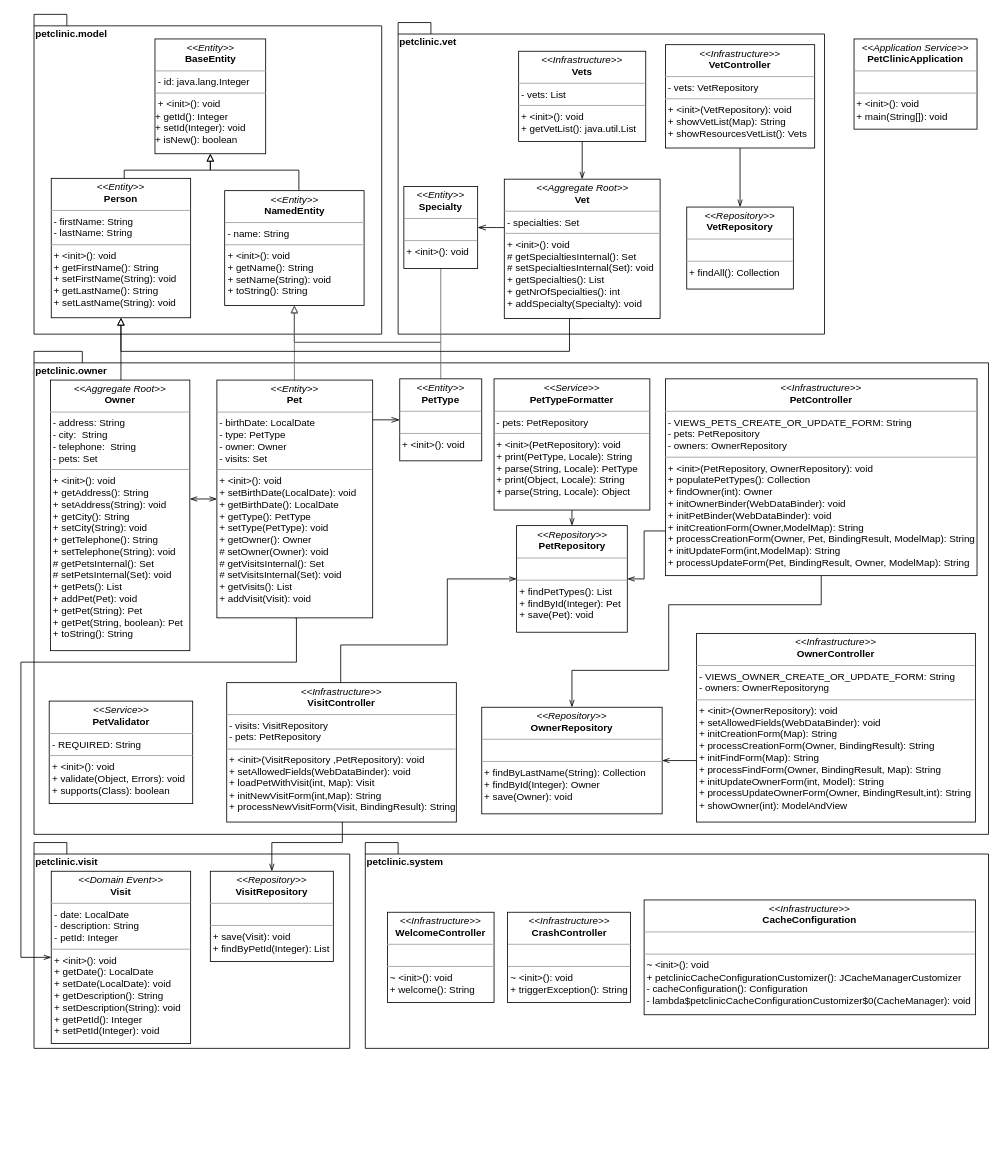
DanielKraft/bachelor-thesis keeps this draw.io diagram as page "old" (1 of 7) of gfx/example/petclinic/raw/uml-petclinic.drawio. Above is the earlier version. Source tidied: cells renumbered, new cells numbered last; positions are measured from the earlier drawing's top-left corner, leaving out a move shared by most shapes. Both pictures are drawn from the tidied source at 82%, with x=0, y=0 at pixel (20, 14).
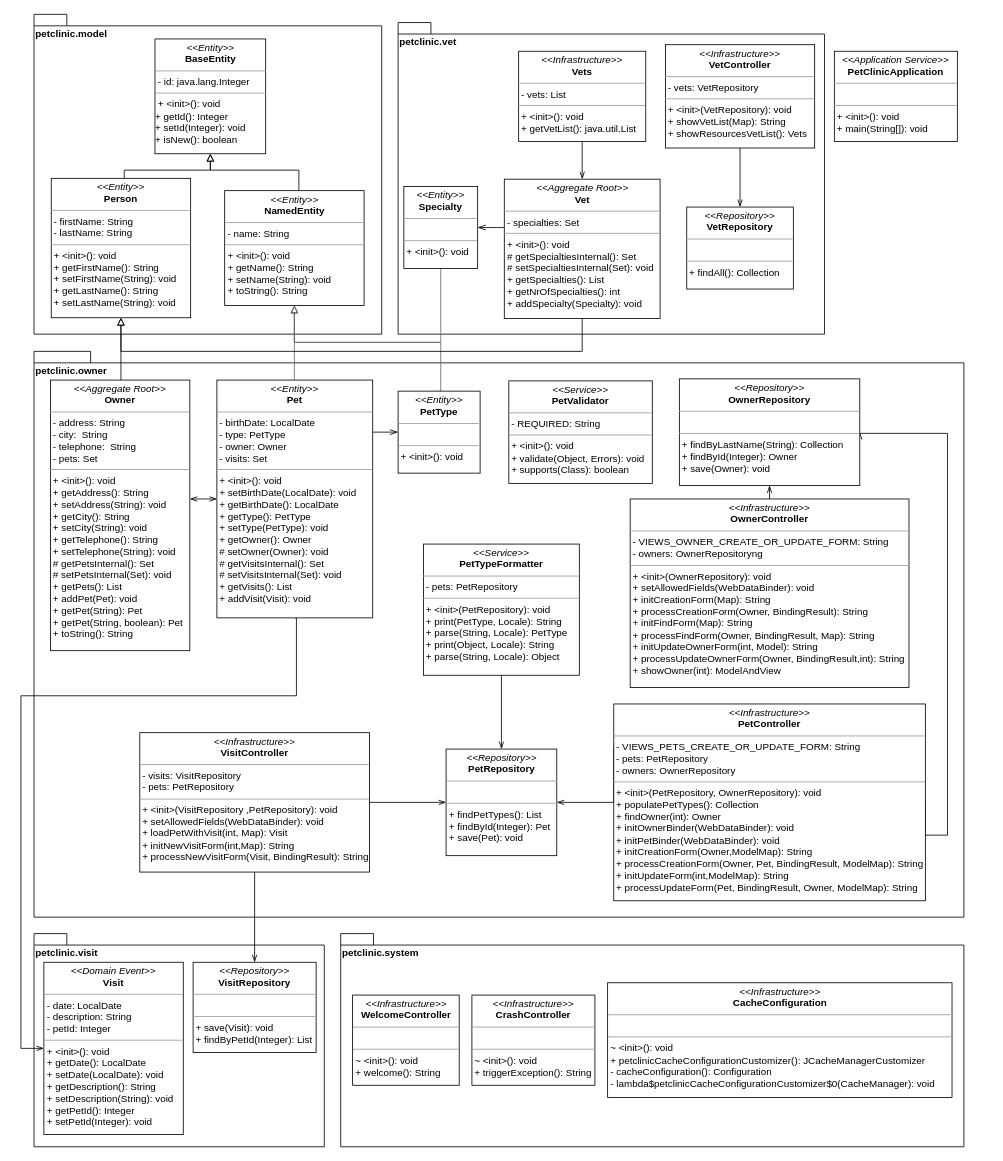
After the change.

Unchanged cells that the change refers to:
```xml
<mxCell id="20" value="&lt;p style=&quot;margin: 0px ; margin-top: 4px ; text-align: center&quot;&gt;&lt;i&gt;&amp;lt;&amp;lt;Entity&amp;gt;&amp;gt;&lt;/i&gt;&lt;br&gt;&lt;b&gt;Pet&lt;/b&gt;&lt;/p&gt;&lt;hr size=&quot;1&quot;&gt;&lt;div&gt;&amp;nbsp;- birthDate: LocalDate&lt;/div&gt;&lt;div&gt;&amp;nbsp;- type: PetType&lt;/div&gt;&lt;div&gt;&amp;nbsp;- owner: Owner&lt;/div&gt;&lt;div&gt;&amp;nbsp;- visits: Set&lt;/div&gt;&lt;hr size=&quot;1&quot;&gt;&lt;div&gt;&amp;nbsp;+ &amp;lt;init&amp;gt;(): void&lt;/div&gt;&lt;div&gt;&amp;nbsp;+ setBirthDate(LocalDate): void&lt;/div&gt;&lt;div&gt;&amp;nbsp;+ getBirthDate(): LocalDate&lt;/div&gt;&lt;div&gt;&amp;nbsp;+ getType(): PetType&lt;/div&gt;&lt;div&gt;&amp;nbsp;+ setType(PetType): void&lt;/div&gt;&lt;div&gt;&amp;nbsp;+ getOwner(): Owner&lt;/div&gt;&lt;div&gt;&amp;nbsp;# setOwner(Owner): void&lt;/div&gt;&lt;div&gt;&amp;nbsp;# getVisitsInternal(): Set&lt;/div&gt;&lt;div&gt;&amp;nbsp;# setVisitsInternal(Set): void&lt;/div&gt;&lt;div&gt;&amp;nbsp;+ getVisits(): List&lt;/div&gt;&lt;div&gt;&amp;nbsp;+ addVisit(Visit): void&lt;/div&gt;" style="verticalAlign=top;align=left;overflow=fill;fontSize=12;fontFamily=Helvetica;html=1;" parent="1" vertex="1">
  <mxGeometry x="239" y="446" width="190" height="290" as="geometry" />
</mxCell>
<mxCell id="36" value="&lt;p style=&quot;margin: 0px ; margin-top: 4px ; text-align: center&quot;&gt;&lt;i&gt;&amp;lt;&amp;lt;&lt;/i&gt;&lt;i&gt;&lt;i&gt;Aggregate Root&lt;/i&gt;&amp;gt;&amp;gt;&lt;/i&gt;&lt;br&gt;&lt;b&gt;Vet&lt;/b&gt;&lt;/p&gt;&lt;hr size=&quot;1&quot;&gt;&lt;div&gt;&amp;nbsp;- specialties: Set&lt;/div&gt;&lt;hr size=&quot;1&quot;&gt;&lt;div&gt;&amp;nbsp;+ &amp;lt;init&amp;gt;(): void&lt;/div&gt;&lt;div&gt;&amp;nbsp;# getSpecialtiesInternal(): Set&lt;/div&gt;&lt;div&gt;&amp;nbsp;# setSpecialtiesInternal(Set): void&lt;/div&gt;&lt;div&gt;&amp;nbsp;+ getSpecialties(): List&lt;/div&gt;&lt;div&gt;&amp;nbsp;+ getNrOfSpecialties(): int&lt;/div&gt;&lt;div&gt;&amp;nbsp;+ addSpecialty(Specialty): void&lt;/div&gt;" style="verticalAlign=top;align=left;overflow=fill;fontSize=12;fontFamily=Helvetica;html=1;" parent="1" vertex="1">
  <mxGeometry x="589.5" y="201" width="190" height="170" as="geometry" />
</mxCell>
<mxCell id="45" value="&lt;p style=&quot;margin: 0px ; margin-top: 4px ; text-align: center&quot;&gt;&lt;i&gt;&amp;lt;&amp;lt;Entity&amp;gt;&amp;gt;&lt;/i&gt;&lt;br&gt;&lt;b&gt;Person&lt;/b&gt;&lt;/p&gt;&lt;hr size=&quot;1&quot;&gt;&lt;div&gt;&amp;nbsp;- firstName: String&lt;/div&gt;&lt;div&gt;&amp;nbsp;- lastName: String&lt;/div&gt;&lt;hr size=&quot;1&quot;&gt;&lt;div&gt;&amp;nbsp;+ &amp;lt;init&amp;gt;(): void&lt;/div&gt;&lt;div&gt;&amp;nbsp;+ getFirstName(): String&lt;/div&gt;&lt;div&gt;&amp;nbsp;+ setFirstName(String): void&lt;/div&gt;&lt;div&gt;&amp;nbsp;+ getLastName(): String&lt;/div&gt;&lt;div&gt;&amp;nbsp;+ setLastName(String): void&lt;/div&gt;" style="verticalAlign=top;align=left;overflow=fill;fontSize=12;fontFamily=Helvetica;html=1;" parent="1" vertex="1">
  <mxGeometry x="37" y="200" width="170" height="170" as="geometry" />
</mxCell>
```

Diff of the diagram source:
```diff
@@
     <mxCell id="3" value="&lt;div align=&quot;left&quot;&gt;petclinic.owner&lt;/div&gt;" style="shape=folder;fontStyle=1;spacingTop=10;tabWidth=40;tabHeight=14;tabPosition=left;html=1;align=left;horizontal=1;verticalAlign=top;" parent="1" vertex="1">
-      <mxGeometry x="16" y="411" width="1164" height="589" as="geometry" />
+      <mxGeometry x="16" y="411" width="1134" height="690" as="geometry" />
     </mxCell>
@@
     <mxCell id="5" value="&lt;div align=&quot;left&quot;&gt;petclinic.visit&lt;/div&gt;" style="shape=folder;fontStyle=1;spacingTop=10;tabWidth=40;tabHeight=14;tabPosition=left;html=1;align=left;horizontal=1;verticalAlign=top;" parent="1" vertex="1">
-      <mxGeometry x="16" y="1010" width="385" height="251" as="geometry" />
+      <mxGeometry x="16" y="1121" width="354" height="260" as="geometry" />
     </mxCell>
     <mxCell id="6" value="&lt;p style=&quot;margin: 0px ; margin-top: 4px ; text-align: center&quot;&gt;&lt;i&gt;&amp;lt;&amp;lt;Domain Event&amp;gt;&amp;gt;&lt;/i&gt;&lt;br&gt;&lt;b&gt;Visit&lt;/b&gt;&lt;/p&gt;&lt;hr size=&quot;1&quot;&gt;&lt;p style=&quot;margin: 0px ; margin-left: 4px&quot;&gt;- date: LocalDate&lt;/p&gt;&lt;p style=&quot;margin: 0px ; margin-left: 4px&quot;&gt;- description: String&lt;/p&gt;&lt;p style=&quot;margin: 0px ; margin-left: 4px&quot;&gt;- petId: Integer&lt;/p&gt;&lt;hr size=&quot;1&quot;&gt;&lt;p style=&quot;margin: 0px ; margin-left: 4px&quot;&gt;+ &amp;lt;init&amp;gt;(): void&lt;/p&gt;&lt;p style=&quot;margin: 0px ; margin-left: 4px&quot;&gt;+ getDate(): LocalDate&lt;/p&gt;&lt;p style=&quot;margin: 0px ; margin-left: 4px&quot;&gt;+ setDate(LocalDate): void&lt;/p&gt;&lt;p style=&quot;margin: 0px ; margin-left: 4px&quot;&gt;+ getDescription(): String&lt;/p&gt;&lt;p style=&quot;margin: 0px ; margin-left: 4px&quot;&gt;+ setDescription(String): void&lt;/p&gt;&lt;p style=&quot;margin: 0px ; margin-left: 4px&quot;&gt;+ getPetId(): Integer&lt;/p&gt;&lt;p style=&quot;margin: 0px ; margin-left: 4px&quot;&gt;+ setPetId(Integer): void&lt;/p&gt;" style="verticalAlign=top;align=left;overflow=fill;fontSize=12;fontFamily=Helvetica;html=1;" parent="1" vertex="1">
-      <mxGeometry x="37" y="1045" width="170" height="210" as="geometry" />
+      <mxGeometry x="28" y="1156" width="170" height="210" as="geometry" />
     </mxCell>
     <mxCell id="7" value="&lt;div align=&quot;left&quot;&gt;petclinic.system&lt;/div&gt;" style="shape=folder;fontStyle=1;spacingTop=10;tabWidth=40;tabHeight=14;tabPosition=left;html=1;align=left;horizontal=1;verticalAlign=top;" parent="1" vertex="1">
-      <mxGeometry x="420" y="1010" width="760" height="251" as="geometry" />
+      <mxGeometry x="390" y="1121" width="760" height="260" as="geometry" />
     </mxCell>
     <mxCell id="8" value="&lt;p style=&quot;margin: 0px ; margin-top: 4px ; text-align: center&quot;&gt;&lt;i&gt;&amp;lt;&amp;lt;Infrastructure&amp;gt;&amp;gt;&lt;/i&gt;&lt;br&gt;&lt;b&gt;CrashController&lt;/b&gt;&lt;/p&gt;&lt;hr size=&quot;1&quot;&gt;&lt;br&gt;&lt;hr size=&quot;1&quot;&gt;&lt;div&gt;&amp;nbsp;~ &amp;lt;init&amp;gt;(): void&lt;/div&gt;&lt;div&gt;&amp;nbsp;+ triggerException(): String&lt;br&gt;&lt;/div&gt;" style="verticalAlign=top;align=left;overflow=fill;fontSize=12;fontFamily=Helvetica;html=1;" parent="1" vertex="1">
-      <mxGeometry x="593.5" y="1095" width="150" height="110" as="geometry" />
+      <mxGeometry x="550" y="1196" width="150" height="110" as="geometry" />
     </mxCell>
     <mxCell id="9" value="&lt;p style=&quot;margin: 0px ; margin-top: 4px ; text-align: center&quot;&gt;&lt;i&gt;&amp;lt;&amp;lt;&lt;/i&gt;&lt;i&gt;&lt;i&gt;Infrastructure&lt;/i&gt;&amp;gt;&amp;gt;&lt;/i&gt;&lt;br&gt;&lt;b&gt;WelcomeController&lt;/b&gt;&lt;/p&gt;&lt;hr size=&quot;1&quot;&gt;&lt;br&gt;&lt;hr size=&quot;1&quot;&gt;&lt;div&gt;&amp;nbsp;~ &amp;lt;init&amp;gt;(): void&lt;/div&gt;&lt;div&gt;&amp;nbsp;+ welcome(): String&lt;/div&gt;" style="verticalAlign=top;align=left;overflow=fill;fontSize=12;fontFamily=Helvetica;html=1;" parent="1" vertex="1">
-      <mxGeometry x="447" y="1095" width="130" height="110" as="geometry" />
+      <mxGeometry x="404.5" y="1196" width="130" height="110" as="geometry" />
     </mxCell>
     <mxCell id="10" value="&lt;p style=&quot;margin: 0px ; margin-top: 4px ; text-align: center&quot;&gt;&lt;i&gt;&amp;lt;&amp;lt;&lt;/i&gt;&lt;i&gt;&lt;i&gt;Infrastructure&lt;/i&gt;&amp;gt;&amp;gt;&lt;/i&gt;&lt;br&gt;&lt;b&gt;CacheConfiguration&lt;/b&gt;&lt;/p&gt;&lt;hr size=&quot;1&quot;&gt;&lt;br&gt;&lt;hr size=&quot;1&quot;&gt;&lt;div&gt;&amp;nbsp;~ &amp;lt;init&amp;gt;(): void&lt;/div&gt;&lt;div&gt;&amp;nbsp;+ petclinicCacheConfigurationCustomizer(): JCacheManagerCustomizer&lt;/div&gt;&lt;div&gt;&amp;nbsp;- cacheConfiguration(): Configuration&lt;/div&gt;&lt;div&gt;&amp;nbsp;- lambda$petclinicCacheConfigurationCustomizer$0(CacheManager): void&lt;/div&gt;" style="verticalAlign=top;align=left;overflow=fill;fontSize=12;fontFamily=Helvetica;html=1;" parent="1" vertex="1">
-      <mxGeometry x="760" y="1080" width="404" height="140" as="geometry" />
+      <mxGeometry x="715.5" y="1181" width="420" height="140" as="geometry" />
     </mxCell>
     <mxCell id="11" value="&lt;p style=&quot;margin: 0px ; margin-top: 4px ; text-align: center&quot;&gt;&lt;i&gt;&amp;lt;&amp;lt;Application Service&amp;gt;&amp;gt;&lt;/i&gt;&lt;br&gt;&lt;b&gt;PetClinicApplication&lt;/b&gt;&lt;/p&gt;&lt;hr size=&quot;1&quot;&gt;&lt;br&gt;&lt;hr size=&quot;1&quot;&gt;&lt;div&gt;&amp;nbsp;+ &amp;lt;init&amp;gt;(): void&lt;/div&gt;&lt;div&gt;&amp;nbsp;+ main(String[]): void&lt;/div&gt;" style="verticalAlign=top;align=left;overflow=fill;fontSize=12;fontFamily=Helvetica;html=1;" parent="1" vertex="1">
-      <mxGeometry x="1016" y="30" width="150" height="110" as="geometry" />
+      <mxGeometry x="992" y="45" width="150" height="110" as="geometry" />
     </mxCell>
     <mxCell id="12" style="edgeStyle=orthogonalEdgeStyle;rounded=0;jettySize=auto;html=1;endArrow=openThin;endFill=0;endSize=7;startSize=7;exitX=0.5;exitY=1;exitDx=0;exitDy=0;entryX=0.5;entryY=0;entryDx=0;entryDy=0;" parent="1" edge="1" source="14" target="49">
       <mxGeometry relative="1" as="geometry">
         <Array as="points">
-          <mxPoint x="392" y="985" />
-          <mxPoint x="392" y="1010" />
-          <mxPoint x="306" y="1010" />
+          <mxPoint x="285" y="1046" />
         </Array>
       </mxGeometry>
     </mxCell>
-    <mxCell id="13" style="edgeStyle=orthogonalEdgeStyle;rounded=0;jettySize=auto;html=1;entryX=0;entryY=0.5;entryDx=0;entryDy=0;startArrow=none;startFill=0;startSize=7;endArrow=openThin;endFill=0;endSize=7;exitX=0.5;exitY=0;exitDx=0;exitDy=0;" parent="1" edge="1" source="14" target="26">
-      <mxGeometry relative="1" as="geometry">
-        <Array as="points">
-          <mxPoint x="390" y="769" />
-          <mxPoint x="520" y="769" />
-          <mxPoint x="520" y="689" />
-        </Array>
-      </mxGeometry>
+    <mxCell id="13" style="edgeStyle=orthogonalEdgeStyle;rounded=0;jettySize=auto;html=1;entryX=0;entryY=0.5;entryDx=0;entryDy=0;startArrow=none;startFill=0;startSize=7;endArrow=openThin;endFill=0;endSize=7;exitX=1;exitY=0.5;exitDx=0;exitDy=0;" parent="1" edge="1" source="14" target="26">
+      <mxGeometry relative="1" as="geometry" />
     </mxCell>
     <mxCell id="14" value="&lt;p style=&quot;margin: 0px ; margin-top: 4px ; text-align: center&quot;&gt;&lt;i&gt;&amp;lt;&amp;lt;Infrastructure&amp;gt;&amp;gt;&lt;/i&gt;&lt;br&gt;&lt;b&gt;VisitController&lt;/b&gt;&lt;/p&gt;&lt;hr size=&quot;1&quot;&gt;&lt;div&gt;&amp;nbsp;- visits: VisitRepository&lt;/div&gt;&lt;div&gt;&amp;nbsp;- pets: PetRepository&lt;/div&gt;&lt;hr size=&quot;1&quot;&gt;&lt;div&gt;&amp;nbsp;+ &amp;lt;init&amp;gt;(VisitRepository ,PetRepository): void&lt;/div&gt;&lt;div&gt;&amp;nbsp;+ setAllowedFields(WebDataBinder): void&lt;/div&gt;&lt;div&gt;&amp;nbsp;+ loadPetWithVisit(int, Map): Visit&lt;/div&gt;&lt;div&gt;&amp;nbsp;+ initNewVisitForm(int,Map): String&lt;/div&gt;&lt;div&gt;&amp;nbsp;+ processNewVisitForm(Visit, BindingResult): String&lt;/div&gt;" style="verticalAlign=top;align=left;overflow=fill;fontSize=12;fontFamily=Helvetica;html=1;" parent="1" vertex="1">
-      <mxGeometry x="251" y="815" width="280" height="170" as="geometry" />
+      <mxGeometry x="145" y="876" width="280" height="170" as="geometry" />
     </mxCell>
-    <mxCell id="15" style="edgeStyle=orthogonalEdgeStyle;rounded=0;jettySize=auto;html=1;entryX=1;entryY=0.5;entryDx=0;entryDy=0;startSize=7;endArrow=openThin;endFill=0;endSize=7;" parent="1" edge="1" source="16" target="33">
+    <mxCell id="15" style="edgeStyle=orthogonalEdgeStyle;rounded=0;jettySize=auto;html=1;entryX=0.5;entryY=1;entryDx=0;entryDy=0;startSize=7;endArrow=openThin;endFill=0;endSize=7;exitX=0.5;exitY=0;exitDx=0;exitDy=0;" parent="1" edge="1" source="16" target="33">
       <mxGeometry relative="1" as="geometry">
         <Array as="points">
-          <mxPoint x="790" y="910" />
-          <mxPoint x="790" y="910" />
+          <mxPoint x="913" y="601" />
+          <mxPoint x="913" y="601" />
         </Array>
       </mxGeometry>
     </mxCell>
     <mxCell id="16" value="&lt;p style=&quot;margin: 0px ; margin-top: 4px ; text-align: center&quot;&gt;&lt;i&gt;&amp;lt;&amp;lt;Infrastructure&amp;gt;&amp;gt;&lt;/i&gt;&lt;br&gt;&lt;b&gt;OwnerController&lt;/b&gt;&lt;/p&gt;&lt;hr size=&quot;1&quot;&gt;&lt;div&gt;&amp;nbsp;- VIEWS_OWNER_CREATE_OR_UPDATE_FORM: String&lt;/div&gt;&lt;div&gt;&amp;nbsp;- owners: OwnerRepositoryng&lt;/div&gt;&lt;hr size=&quot;1&quot;&gt;&lt;div&gt;&amp;nbsp;+ &amp;lt;init&amp;gt;(OwnerRepository): void&lt;/div&gt;&lt;div&gt;&amp;nbsp;+ setAllowedFields(WebDataBinder): void&lt;/div&gt;&lt;div&gt;&amp;nbsp;+ initCreationForm(Map): String&lt;/div&gt;&lt;div&gt;&amp;nbsp;+ processCreationForm(Owner, BindingResult): String&lt;/div&gt;&lt;div&gt;&amp;nbsp;+ initFindForm(Map): String&lt;/div&gt;&lt;div&gt;&amp;nbsp;+ processFindForm(Owner, BindingResult, Map): String&lt;/div&gt;&lt;div&gt;&amp;nbsp;+ initUpdateOwnerForm(int, Model): String&lt;/div&gt;&lt;div&gt;&amp;nbsp;+ processUpdateOwnerForm(Owner, BindingResult,int): String&lt;/div&gt;&lt;div&gt;&amp;nbsp;+ showOwner(int): ModelAndView&lt;/div&gt;" style="verticalAlign=top;align=left;overflow=fill;fontSize=12;fontFamily=Helvetica;html=1;" parent="1" vertex="1">
-      <mxGeometry x="824" y="755" width="340" height="230" as="geometry" />
+      <mxGeometry x="743" y="591" width="340" height="230" as="geometry" />
     </mxCell>
     <mxCell id="17" style="edgeStyle=orthogonalEdgeStyle;rounded=0;jettySize=auto;html=1;exitX=0.5;exitY=1;exitDx=0;exitDy=0;endArrow=openThin;endFill=0;endSize=7;startSize=7;entryX=0;entryY=0.5;entryDx=0;entryDy=0;" parent="1" edge="1" source="20" target="6">
       <mxGeometry relative="1" as="geometry">
         <Array as="points">
-          <mxPoint x="336" y="790" />
-          <mxPoint y="790" />
-          <mxPoint y="1150" />
+          <mxPoint x="336" y="736" />
+          <mxPoint x="336" y="831" />
+          <mxPoint y="831" />
+          <mxPoint y="1261" />
         </Array>
       </mxGeometry>
     </mxCell>
@@
     <mxCell id="19" style="edgeStyle=orthogonalEdgeStyle;rounded=0;jettySize=auto;html=1;entryX=0;entryY=0.5;entryDx=0;entryDy=0;startSize=8;endArrow=openThin;endFill=0;endSize=8;" parent="1" edge="1" source="20" target="28">
       <mxGeometry relative="1" as="geometry">
         <Array as="points">
-          <mxPoint x="449" y="495" />
+          <mxPoint x="449" y="510" />
         </Array>
       </mxGeometry>
     </mxCell>
@@
     <mxCell id="25" value="&lt;p style=&quot;margin: 0px ; margin-top: 4px ; text-align: center&quot;&gt;&lt;i&gt;&amp;lt;&amp;lt;Service&amp;gt;&amp;gt;&lt;/i&gt;&lt;br&gt;&lt;b&gt;PetTypeFormatter&lt;/b&gt;&lt;/p&gt;&lt;hr size=&quot;1&quot;&gt;&lt;div&gt;&amp;nbsp;- pets: PetRepository&lt;/div&gt;&lt;hr size=&quot;1&quot;&gt;&lt;div&gt;&amp;nbsp;+ &amp;lt;init&amp;gt;(PetRepository): void&lt;/div&gt;&lt;div&gt;&amp;nbsp;+ print(PetType, Locale): String&lt;/div&gt;&lt;div&gt;&amp;nbsp;+ parse(String, Locale): PetType&lt;/div&gt;&lt;div&gt;&amp;nbsp;+ print(Object, Locale): String&lt;/div&gt;&lt;div&gt;&amp;nbsp;+ parse(String, Locale): Object&lt;/div&gt;" style="verticalAlign=top;align=left;overflow=fill;fontSize=12;fontFamily=Helvetica;html=1;" parent="1" vertex="1">
-      <mxGeometry x="577" y="444.5" width="190" height="160" as="geometry" />
+      <mxGeometry x="491" y="646" width="190" height="160" as="geometry" />
     </mxCell>
     <mxCell id="26" value="&lt;p style=&quot;margin: 0px ; margin-top: 4px ; text-align: center&quot;&gt;&lt;i&gt;&amp;lt;&amp;lt;Repository&amp;gt;&amp;gt;&lt;/i&gt;&lt;br&gt;&lt;b&gt;PetRepository&lt;/b&gt;&lt;/p&gt;&lt;hr size=&quot;1&quot;&gt;&lt;div&gt;&lt;br&gt;&lt;/div&gt;&lt;hr size=&quot;1&quot;&gt;&lt;div&gt;&amp;nbsp;+ findPetTypes(): List&lt;/div&gt;&lt;div&gt;&amp;nbsp;+ findById(Integer): Pet&lt;/div&gt;&lt;div&gt;&amp;nbsp;+ save(Pet): void&lt;/div&gt;" style="verticalAlign=top;align=left;overflow=fill;fontSize=12;fontFamily=Helvetica;html=1;" parent="1" vertex="1">
-      <mxGeometry x="604.5" y="623.5" width="135" height="130" as="geometry" />
+      <mxGeometry x="518.5" y="896" width="135" height="130" as="geometry" />
     </mxCell>
@@
     <mxCell id="28" value="&lt;p style=&quot;margin: 0px ; margin-top: 4px ; text-align: center&quot;&gt;&lt;i&gt;&amp;lt;&amp;lt;Entity&amp;gt;&amp;gt;&lt;/i&gt;&lt;br&gt;&lt;b&gt;PetType&lt;/b&gt;&lt;/p&gt;&lt;hr size=&quot;1&quot;&gt;&lt;div&gt;&amp;nbsp;&lt;/div&gt;&lt;hr size=&quot;1&quot;&gt;&lt;div&gt;&amp;nbsp;+ &amp;lt;init&amp;gt;(): void&lt;/div&gt;" style="verticalAlign=top;align=left;overflow=fill;fontSize=12;fontFamily=Helvetica;html=1;" parent="1" vertex="1">
-      <mxGeometry x="462" y="444.5" width="100" height="100" as="geometry" />
+      <mxGeometry x="460" y="459.5" width="100" height="100" as="geometry" />
     </mxCell>
-    <mxCell id="29" style="edgeStyle=orthogonalEdgeStyle;rounded=0;jettySize=auto;html=1;endArrow=openThin;endFill=0;endSize=7;startSize=7;entryX=1;entryY=0.5;entryDx=0;entryDy=0;exitX=0;exitY=0.773;exitDx=0;exitDy=0;exitPerimeter=0;" parent="1" edge="1" source="31" target="26">
+    <mxCell id="29" style="edgeStyle=orthogonalEdgeStyle;rounded=0;jettySize=auto;html=1;endArrow=openThin;endFill=0;endSize=7;startSize=7;exitX=0.5;exitY=0;exitDx=0;exitDy=0;entryX=1;entryY=0.5;entryDx=0;entryDy=0;" parent="1" edge="1" source="31" target="26">
       <mxGeometry relative="1" as="geometry">
         <Array as="points">
-          <mxPoint x="760" y="630" />
-          <mxPoint x="760" y="689" />
+          <mxPoint x="723" y="893" />
         </Array>
       </mxGeometry>
     </mxCell>
-    <mxCell id="30" style="edgeStyle=orthogonalEdgeStyle;rounded=0;jettySize=auto;html=1;entryX=0.5;entryY=0;entryDx=0;entryDy=0;startSize=7;endSize=7;endArrow=openThin;endFill=0;exitX=0.5;exitY=1;exitDx=0;exitDy=0;" parent="1" edge="1" source="31" target="33">
+    <mxCell id="30" style="edgeStyle=orthogonalEdgeStyle;rounded=0;jettySize=auto;html=1;entryX=1;entryY=0.5;entryDx=0;entryDy=0;startSize=7;endSize=7;endArrow=openThin;endFill=0;exitX=1;exitY=0.5;exitDx=0;exitDy=0;" parent="1" edge="1" source="31" target="33">
       <mxGeometry relative="1" as="geometry">
         <Array as="points">
-          <mxPoint x="976" y="720" />
-          <mxPoint x="790" y="720" />
-          <mxPoint x="790" y="800" />
-          <mxPoint x="672" y="800" />
+          <mxPoint x="1130" y="1001" />
+          <mxPoint x="1130" y="511" />
         </Array>
       </mxGeometry>
     </mxCell>
     <mxCell id="31" value="&lt;p style=&quot;margin: 0px ; margin-top: 4px ; text-align: center&quot;&gt;&lt;i&gt;&amp;lt;&amp;lt;Infrastructure&amp;gt;&amp;gt;&lt;/i&gt;&lt;br&gt;&lt;b&gt;PetController&lt;/b&gt;&lt;/p&gt;&lt;hr size=&quot;1&quot;&gt;&lt;div&gt;&amp;nbsp;- VIEWS_PETS_CREATE_OR_UPDATE_FORM: String&lt;/div&gt;&lt;div&gt;&amp;nbsp;- pets: PetRepository&lt;/div&gt;&lt;div&gt;&amp;nbsp;- owners: OwnerRepository&lt;/div&gt;&lt;hr size=&quot;1&quot;&gt;&lt;div&gt;&amp;nbsp;+ &amp;lt;init&amp;gt;(PetRepository, OwnerRepository): void&lt;/div&gt;&lt;div&gt;&amp;nbsp;+ populatePetTypes(): Collection&lt;/div&gt;&lt;div&gt;&amp;nbsp;+ findOwner(int): Owner&lt;/div&gt;&lt;div&gt;&amp;nbsp;+ initOwnerBinder(WebDataBinder): void&lt;/div&gt;&lt;div&gt;&amp;nbsp;+ initPetBinder(WebDataBinder): void&lt;/div&gt;&lt;div&gt;&amp;nbsp;+ initCreationForm(Owner,ModelMap): String&lt;/div&gt;&lt;div&gt;&amp;nbsp;+ processCreationForm(Owner, Pet, BindingResult, ModelMap): String&lt;/div&gt;&lt;div&gt;&amp;nbsp;+ initUpdateForm(int,ModelMap): String&lt;/div&gt;&lt;div&gt;&amp;nbsp;+ processUpdateForm(Pet, BindingResult, Owner, ModelMap): String&lt;/div&gt;" style="verticalAlign=top;align=left;overflow=fill;fontSize=12;fontFamily=Helvetica;html=1;" parent="1" vertex="1">
-      <mxGeometry x="786" y="444.5" width="380" height="240" as="geometry" />
+      <mxGeometry x="723" y="841" width="380" height="240" as="geometry" />
     </mxCell>
     <mxCell id="32" value="&lt;p style=&quot;margin: 0px ; margin-top: 4px ; text-align: center&quot;&gt;&lt;i&gt;&amp;lt;&amp;lt;Service&amp;gt;&amp;gt;&lt;/i&gt;&lt;br&gt;&lt;b&gt;PetValidator&lt;/b&gt;&lt;/p&gt;&lt;hr size=&quot;1&quot;&gt;&lt;div&gt;&amp;nbsp;- REQUIRED: String&lt;/div&gt;&lt;hr size=&quot;1&quot;&gt;&lt;div&gt;&amp;nbsp;+ &amp;lt;init&amp;gt;(): void&lt;/div&gt;&lt;div&gt;&amp;nbsp;+ validate(Object, Errors): void&lt;/div&gt;&lt;div&gt;&amp;nbsp;+ supports(Class): boolean&lt;/div&gt;" style="verticalAlign=top;align=left;overflow=fill;fontSize=12;fontFamily=Helvetica;html=1;" parent="1" vertex="1">
-      <mxGeometry x="34.5" y="837.5" width="175" height="125" as="geometry" />
+      <mxGeometry x="595" y="447" width="175" height="125" as="geometry" />
     </mxCell>
     <mxCell id="33" value="&lt;p style=&quot;margin: 0px ; margin-top: 4px ; text-align: center&quot;&gt;&lt;i&gt;&amp;lt;&amp;lt;Repository&amp;gt;&amp;gt;&lt;/i&gt;&lt;br&gt;&lt;b&gt;OwnerRepository&lt;/b&gt;&lt;/p&gt;&lt;hr size=&quot;1&quot;&gt;&lt;div&gt;&lt;br&gt;&lt;/div&gt;&lt;hr size=&quot;1&quot;&gt;&lt;div&gt;&amp;nbsp;+ findByLastName(String): Collection&lt;/div&gt;&lt;div&gt;&amp;nbsp;+ findById(Integer): Owner&lt;/div&gt;&lt;div&gt;&amp;nbsp;+ save(Owner): void&lt;/div&gt;" style="verticalAlign=top;align=left;overflow=fill;fontSize=12;fontFamily=Helvetica;html=1;" parent="1" vertex="1">
-      <mxGeometry x="562" y="845" width="220" height="130" as="geometry" />
+      <mxGeometry x="803" y="444.5" width="220" height="130" as="geometry" />
     </mxCell>
     <mxCell id="34" style="edgeStyle=orthogonalEdgeStyle;rounded=0;jettySize=auto;html=1;entryX=0.5;entryY=1;entryDx=0;entryDy=0;endArrow=block;endFill=0;exitX=0.5;exitY=1;exitDx=0;exitDy=0;endSize=7;startSize=7;" parent="1" edge="1" source="36" target="45">
       <mxGeometry relative="1" as="geometry">
         <Array as="points">
-          <mxPoint x="669" y="411" />
+          <mxPoint x="684" y="411" />
           <mxPoint x="122" y="411" />
         </Array>
       </mxGeometry>
     </mxCell>
@@
     <mxCell id="49" value="&lt;p style=&quot;margin: 0px ; margin-top: 4px ; text-align: center&quot;&gt;&lt;i&gt;&amp;lt;&amp;lt;Repository&amp;gt;&amp;gt;&lt;/i&gt;&lt;br&gt;&lt;b&gt;VisitRepository&lt;/b&gt;&lt;/p&gt;&lt;hr size=&quot;1&quot;&gt;&lt;br&gt;&lt;hr size=&quot;1&quot;&gt;&lt;div&gt;&amp;nbsp;+ save(Visit): void&lt;/div&gt;&lt;div&gt;&amp;nbsp;+ findByPetId(Integer): List&lt;/div&gt;" style="verticalAlign=top;align=left;overflow=fill;fontSize=12;fontFamily=Helvetica;html=1;" parent="1" vertex="1">
-      <mxGeometry x="231" y="1045" width="150" height="110" as="geometry" />
+      <mxGeometry x="210" y="1156" width="150" height="110" as="geometry" />
     </mxCell>
```
